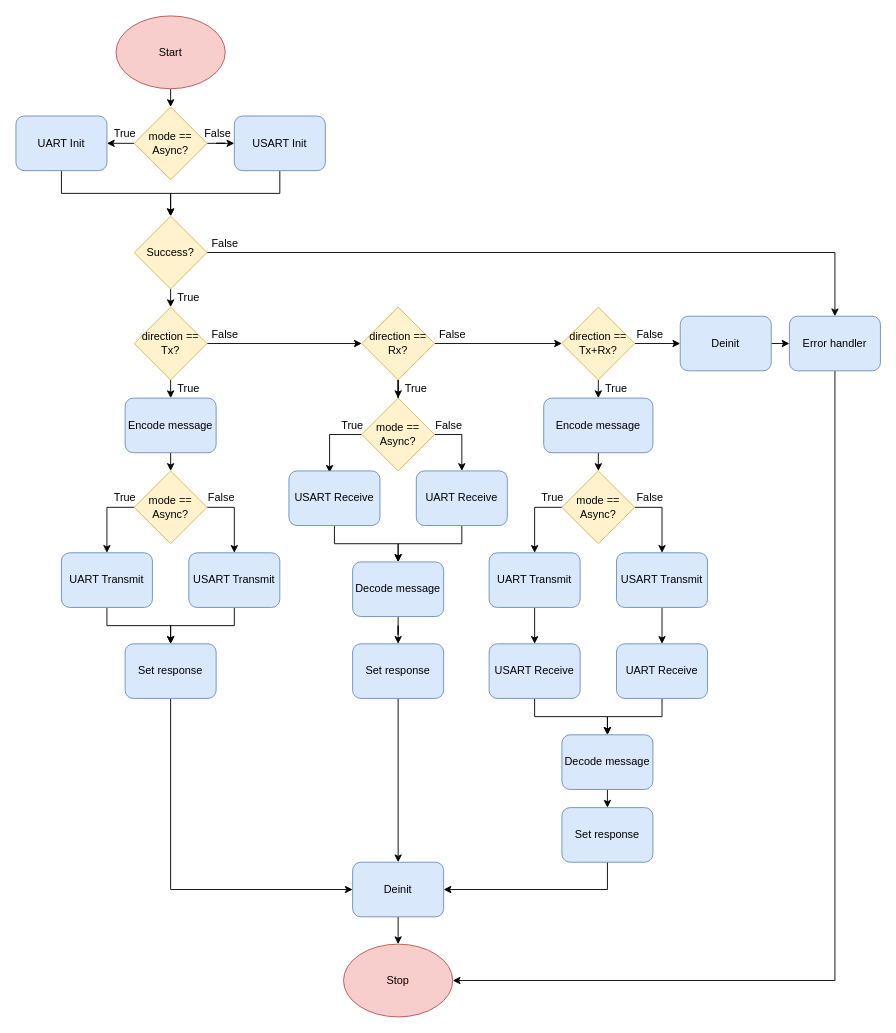
This is drawIO/usart.drawio from AdamStork/dipterv, a draw.io file, before an edit. Source tidied: cells renumbered, new cells numbered last; positions are measured from the earlier drawing's top-left corner, leaving out a move shared by most shapes. Both pictures are drawn from the tidied source at 91%, with x=0, y=0 at pixel (15, 15).
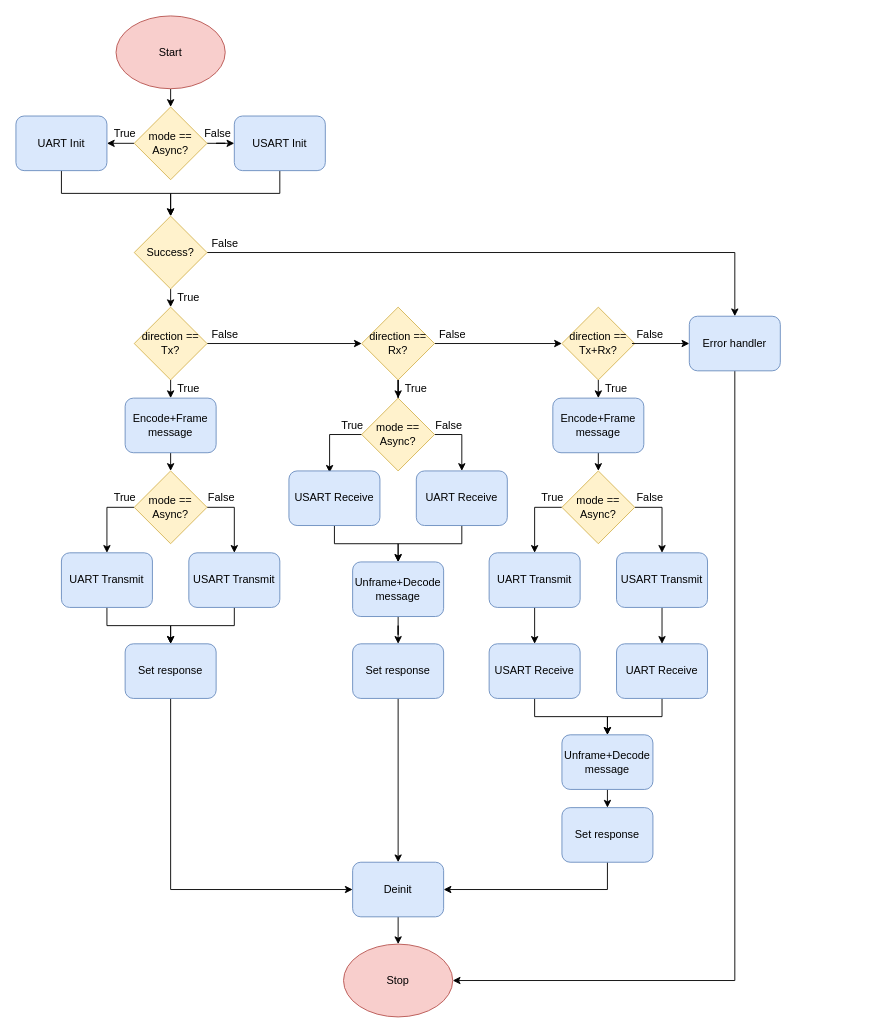
After the change.

Commit message (it also covers changes not shown here):
drawIO: adc, gpio added, usart modded.

The change refers to these unchanged cells:
```xml
<mxCell id="24" value="direction == Tx+Rx?" style="rhombus;whiteSpace=wrap;html=1;fillColor=#fff2cc;strokeColor=#d6b656;" parent="1" vertex="1">
  <mxGeometry x="600" y="320" width="80" height="80" as="geometry" />
</mxCell>
<mxCell id="77" value="False" style="text;html=1;strokeColor=none;fillColor=none;align=center;verticalAlign=middle;whiteSpace=wrap;rounded=0;" parent="1" vertex="1">
  <mxGeometry x="677" y="340" width="40" height="20" as="geometry" />
</mxCell>
```

Diff of the diagram source:
```diff
@@
     <mxCell id="15" value="Error handler" style="rounded=1;whiteSpace=wrap;html=1;fillColor=#dae8fc;strokeColor=#6c8ebf;" parent="1" vertex="1">
-      <mxGeometry x="850" y="330" width="100" height="60" as="geometry" />
+      <mxGeometry x="740" y="330" width="100" height="60" as="geometry" />
     </mxCell>
@@
-    <mxCell id="23" style="edgeStyle=orthogonalEdgeStyle;rounded=0;jettySize=auto;html=1;exitX=1;exitY=0.5;exitDx=0;exitDy=0;entryX=0;entryY=0.5;entryDx=0;entryDy=0;" parent="1" edge="1" source="24" target="84">
-      <mxGeometry relative="1" as="geometry" />
-    </mxCell>
@@
-    <mxCell id="26" value="Encode message" style="rounded=1;whiteSpace=wrap;html=1;fillColor=#dae8fc;strokeColor=#6c8ebf;" parent="1" vertex="1">
+    <mxCell id="26" value="Encode+Frame message" style="rounded=1;whiteSpace=wrap;html=1;fillColor=#dae8fc;strokeColor=#6c8ebf;" parent="1" vertex="1">
       <mxGeometry x="120" y="420" width="100" height="60" as="geometry" />
     </mxCell>
@@
-    <mxCell id="44" value="Decode message" style="rounded=1;whiteSpace=wrap;html=1;fillColor=#dae8fc;strokeColor=#6c8ebf;" parent="1" vertex="1">
+    <mxCell id="44" value="Unframe+Decode message" style="rounded=1;whiteSpace=wrap;html=1;fillColor=#dae8fc;strokeColor=#6c8ebf;" parent="1" vertex="1">
       <mxGeometry x="370" y="600" width="100" height="60" as="geometry" />
     </mxCell>
@@
-    <mxCell id="48" value="Encode message" style="rounded=1;whiteSpace=wrap;html=1;fillColor=#dae8fc;strokeColor=#6c8ebf;" parent="1" vertex="1">
-      <mxGeometry x="580" y="420" width="120" height="60" as="geometry" />
+    <mxCell id="48" value="Encode+Frame message" style="rounded=1;whiteSpace=wrap;html=1;fillColor=#dae8fc;strokeColor=#6c8ebf;" parent="1" vertex="1">
+      <mxGeometry x="590" y="420" width="100" height="60" as="geometry" />
     </mxCell>
@@
-    <mxCell id="54" value="Decode message" style="rounded=1;whiteSpace=wrap;html=1;fillColor=#dae8fc;strokeColor=#6c8ebf;" parent="1" vertex="1">
+    <mxCell id="54" value="Unframe+Decode message" style="rounded=1;whiteSpace=wrap;html=1;fillColor=#dae8fc;strokeColor=#6c8ebf;" parent="1" vertex="1">
       <mxGeometry x="600" y="790" width="100" height="60" as="geometry" />
     </mxCell>
@@
+    <mxCell id="85" style="edgeStyle=orthogonalEdgeStyle;rounded=0;jettySize=auto;html=1;exitX=0;exitY=1;exitDx=0;exitDy=0;entryX=0;entryY=0.5;entryDx=0;entryDy=0;" parent="1" edge="1" source="77" target="15">
+      <mxGeometry relative="1" as="geometry">
+        <Array as="points">
+          <mxPoint x="730" y="360" />
+          <mxPoint x="730" y="360" />
+        </Array>
+      </mxGeometry>
+    </mxCell>
@@
-    <mxCell id="83" style="edgeStyle=orthogonalEdgeStyle;rounded=0;jettySize=auto;html=1;exitX=1;exitY=0.5;exitDx=0;exitDy=0;entryX=0;entryY=0.5;entryDx=0;entryDy=0;" parent="1" edge="1" source="84" target="15">
-      <mxGeometry relative="1" as="geometry" />
-    </mxCell>
-    <mxCell id="84" value="Deinit" style="rounded=1;whiteSpace=wrap;html=1;fillColor=#dae8fc;strokeColor=#6c8ebf;" parent="1" vertex="1">
-      <mxGeometry x="730" y="330" width="100" height="60" as="geometry" />
-    </mxCell>
```
